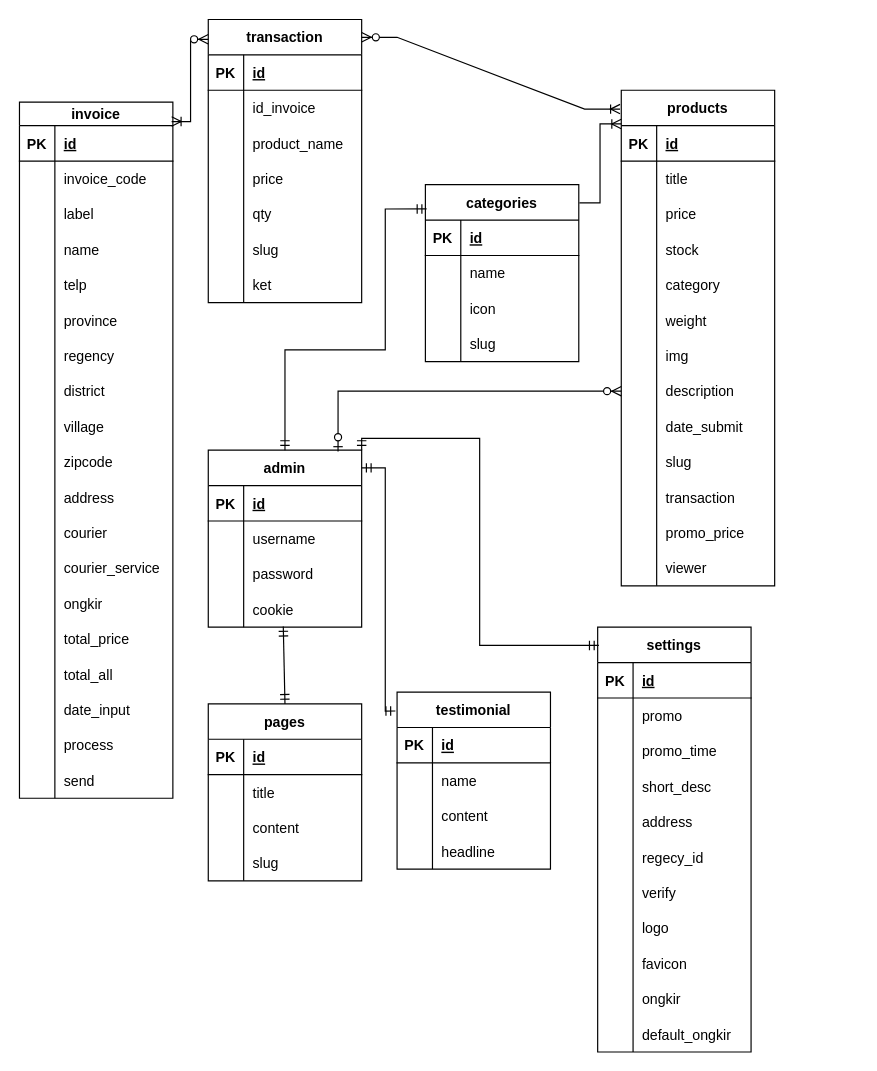
Earlier version of the draw.io diagram draw.io/ERD.drawio (didikurniawann/skripsi). Source tidied: cells renumbered, new cells numbered last; positions are measured from the earlier drawing's top-left corner, leaving out a move shared by most shapes. Both pictures are drawn from the tidied source at 118%, with x=0, y=0 at pixel (19, 19).
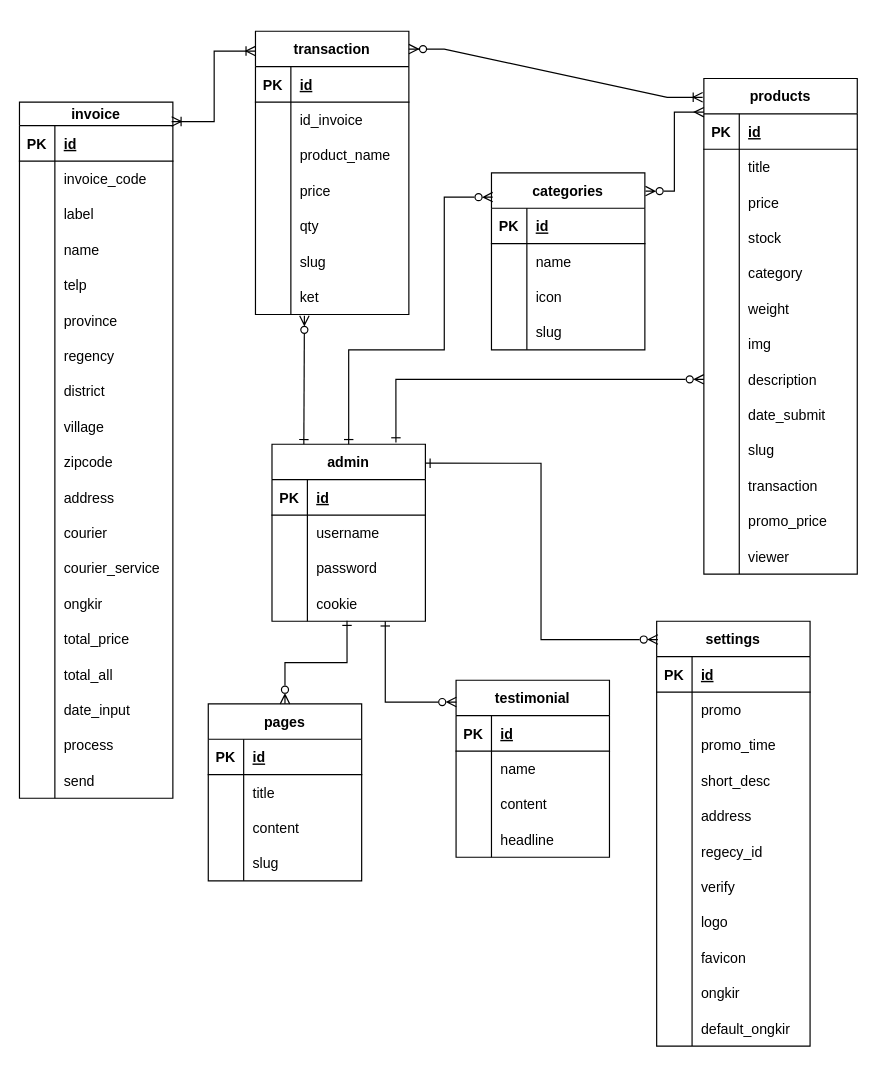
Above is the later version.

Unchanged cells that the change refers to:
```xml
<mxCell id="21" style="shape=tableRow;horizontal=0;startSize=0;swimlaneHead=0;swimlaneBody=0;fillColor=none;points=[[0,0.5],[1,0.5]];portConstraint=eastwest;top=0;left=0;right=0;bottom=0;" parent="2" vertex="1">
  <mxGeometry y="210" width="130" height="30" as="geometry" />
</mxCell>
<mxCell id="25" style="shape=tableRow;horizontal=0;startSize=0;swimlaneHead=0;swimlaneBody=0;fillColor=none;points=[[0,0.5],[1,0.5]];portConstraint=eastwest;top=0;left=0;right=0;bottom=1;" parent="24" vertex="1">
  <mxGeometry y="30" width="130" height="30" as="geometry" />
</mxCell>
<mxCell id="46" style="shape=tableRow;horizontal=0;startSize=0;swimlaneHead=0;swimlaneBody=0;fillColor=none;points=[[0,0.5],[1,0.5]];portConstraint=eastwest;top=0;left=0;right=0;bottom=0;" parent="24" vertex="1">
  <mxGeometry y="240" width="130" height="30" as="geometry" />
</mxCell>
<mxCell id="64" value="invoice" style="shape=table;startSize=20;childLayout=tableLayout;rowLines=0;fontStyle=1;align=center;" parent="1" vertex="1">
  <mxGeometry y="70" width="130" height="590" as="geometry" />
</mxCell>
<mxCell id="132" style="shape=tableRow;horizontal=0;startSize=0;swimlaneHead=0;swimlaneBody=0;fillColor=none;points=[[0,0.5],[1,0.5]];portConstraint=eastwest;top=0;left=0;right=0;bottom=0;" parent="122" vertex="1">
  <mxGeometry y="120" width="130" height="30" as="geometry" />
</mxCell>
<mxCell id="148" value="pages" style="shape=table;startSize=30;childLayout=tableLayout;rowLines=0;fontStyle=1;align=center;" parent="1" vertex="1">
  <mxGeometry x="160" y="580" width="130" height="150" as="geometry" />
</mxCell>
```

The edit, as a diff of the source:
```diff
@@
     <mxCell id="2" value="transaction" style="shape=table;startSize=30;childLayout=tableLayout;rowLines=0;fontStyle=1;align=center;" parent="1" vertex="1">
-      <mxGeometry x="160" width="130" height="240" as="geometry" />
+      <mxGeometry x="200" y="10" width="130" height="240" as="geometry" />
     </mxCell>
@@
     <mxCell id="24" value="products" style="shape=table;startSize=30;childLayout=tableLayout;rowLines=0;fontStyle=1;align=center;" parent="1" vertex="1">
-      <mxGeometry x="510" y="60" width="130" height="420" as="geometry" />
+      <mxGeometry x="580" y="50" width="130" height="420" as="geometry" />
     </mxCell>
@@
     <mxCell id="122" value="admin" style="shape=table;startSize=30;childLayout=tableLayout;rowLines=0;fontStyle=1;align=center;" parent="1" vertex="1">
-      <mxGeometry x="160" y="365" width="130" height="150" as="geometry" />
+      <mxGeometry x="214" y="360" width="130" height="150" as="geometry" />
     </mxCell>
@@
     <mxCell id="135" value="categories" style="shape=table;startSize=30;childLayout=tableLayout;rowLines=0;fontStyle=1;align=center;" parent="1" vertex="1">
-      <mxGeometry x="344" y="140" width="130" height="150" as="geometry" />
+      <mxGeometry x="400" y="130" width="130" height="150" as="geometry" />
     </mxCell>
@@
     <mxCell id="161" value="testimonial" style="shape=table;startSize=30;childLayout=tableLayout;rowLines=0;fontStyle=1;align=center;" parent="1" vertex="1">
-      <mxGeometry x="320" y="570" width="130" height="150" as="geometry" />
+      <mxGeometry x="370" y="560" width="130" height="150" as="geometry" />
     </mxCell>
@@
     <mxCell id="174" value="settings" style="shape=table;startSize=30;childLayout=tableLayout;rowLines=0;fontStyle=1;align=center;" parent="1" vertex="1">
-      <mxGeometry x="490" y="515" width="130" height="360" as="geometry" />
+      <mxGeometry x="540" y="510" width="130" height="360" as="geometry" />
     </mxCell>
@@
-    <mxCell id="209" style="edgeStyle=orthogonalEdgeStyle;fontSize=12;html=1;endArrow=ERoneToMany;startArrow=ERzeroToMany;rounded=0;exitX=0;exitY=0.07;exitDx=0;exitDy=0;entryX=0.992;entryY=0.028;entryDx=0;entryDy=0;entryPerimeter=0;exitPerimeter=0;" parent="1" edge="1" source="2" target="64">
+    <mxCell id="209" style="edgeStyle=orthogonalEdgeStyle;fontSize=12;html=1;endArrow=ERoneToMany;startArrow=ERoneToMany;rounded=0;exitX=0;exitY=0.07;exitDx=0;exitDy=0;entryX=0.992;entryY=0.028;entryDx=0;entryDy=0;entryPerimeter=0;exitPerimeter=0;startFill=0;" parent="1" edge="1" source="2" target="64">
       <mxGeometry relative="1" as="geometry" />
     </mxCell>
-    <mxCell id="210" style="edgeStyle=orthogonalEdgeStyle;fontSize=12;html=1;endArrow=ERmandOne;startArrow=ERmandOne;rounded=0;entryX=0.008;entryY=0.043;entryDx=0;entryDy=0;entryPerimeter=0;exitX=1;exitY=0;exitDx=0;exitDy=0;" parent="1" edge="1" source="122" target="174">
+    <mxCell id="210" style="fontSize=12;html=1;endArrow=ERzeroToMany;startArrow=ERone;rounded=0;entryX=0.008;entryY=0.043;entryDx=0;entryDy=0;entryPerimeter=0;exitX=1;exitY=0.107;exitDx=0;exitDy=0;exitPerimeter=0;edgeStyle=orthogonalEdgeStyle;startFill=0;endFill=0;" parent="1" edge="1" source="122" target="174">
       <mxGeometry relative="1" as="geometry" />
     </mxCell>
-    <mxCell id="211" style="fontSize=12;html=1;endArrow=ERmandOne;startArrow=ERmandOne;rounded=0;exitX=0.5;exitY=0;exitDx=0;exitDy=0;entryX=0.489;entryY=0.984;entryDx=0;entryDy=0;entryPerimeter=0;" parent="1" edge="1" source="148" target="132">
+    <mxCell id="211" style="fontSize=12;html=1;endArrow=ERone;startArrow=ERzeroToMany;rounded=0;exitX=0.5;exitY=0;exitDx=0;exitDy=0;entryX=0.489;entryY=0.984;entryDx=0;entryDy=0;entryPerimeter=0;edgeStyle=orthogonalEdgeStyle;startFill=0;endFill=0;" parent="1" edge="1" source="148" target="132">
       <mxGeometry relative="1" as="geometry" />
     </mxCell>
-    <mxCell id="212" style="fontSize=12;html=1;endArrow=ERmandOne;startArrow=ERmandOne;rounded=0;entryX=-0.011;entryY=0.107;entryDx=0;entryDy=0;entryPerimeter=0;edgeStyle=orthogonalEdgeStyle;" parent="1" edge="1" target="161">
+    <mxCell id="212" style="fontSize=12;html=1;endArrow=ERzeroToMany;startArrow=ERone;rounded=0;entryX=0.002;entryY=0.123;entryDx=0;entryDy=0;entryPerimeter=0;edgeStyle=orthogonalEdgeStyle;startFill=0;endFill=0;" parent="1" edge="1" source="132" target="161">
       <mxGeometry relative="1" as="geometry">
-        <mxPoint x="290" y="380" as="sourcePoint" />
         <Array as="points">
-          <mxPoint x="310" y="380" />
-          <mxPoint x="310" y="586" />
+          <mxPoint x="310" y="579" />
         </Array>
       </mxGeometry>
     </mxCell>
-    <mxCell id="213" style="edgeStyle=orthogonalEdgeStyle;fontSize=12;html=1;endArrow=ERoneToMany;rounded=0;exitX=1.004;exitY=0.103;exitDx=0;exitDy=0;exitPerimeter=0;entryX=0;entryY=-0.049;entryDx=0;entryDy=0;entryPerimeter=0;" parent="1" edge="1" source="135" target="25">
+    <mxCell id="213" style="edgeStyle=orthogonalEdgeStyle;fontSize=12;html=1;endArrow=ERmany;rounded=0;exitX=1.004;exitY=0.103;exitDx=0;exitDy=0;exitPerimeter=0;entryX=0;entryY=-0.049;entryDx=0;entryDy=0;entryPerimeter=0;startArrow=ERzeroToMany;startFill=0;endFill=0;" parent="1" edge="1" source="135" target="25">
       <mxGeometry relative="1" as="geometry" />
     </mxCell>
-    <mxCell id="214" style="edgeStyle=orthogonalEdgeStyle;fontSize=12;html=1;endArrow=ERzeroToMany;startArrow=ERzeroToOne;rounded=0;entryX=0;entryY=0.5;entryDx=0;entryDy=0;exitX=0.846;exitY=0.007;exitDx=0;exitDy=0;exitPerimeter=0;" parent="1" edge="1" source="122" target="46">
+    <mxCell id="214" style="edgeStyle=orthogonalEdgeStyle;fontSize=12;html=1;endArrow=ERzeroToMany;startArrow=ERone;rounded=0;entryX=0;entryY=0.5;entryDx=0;entryDy=0;startFill=0;endFill=0;exitX=0.808;exitY=-0.01;exitDx=0;exitDy=0;exitPerimeter=0;" parent="1" edge="1" source="122" target="46">
       <mxGeometry relative="1" as="geometry" />
     </mxCell>
-    <mxCell id="215" style="edgeStyle=orthogonalEdgeStyle;fontSize=12;html=1;endArrow=ERmandOne;startArrow=ERmandOne;rounded=0;exitX=0.5;exitY=0;exitDx=0;exitDy=0;entryX=0.008;entryY=0.137;entryDx=0;entryDy=0;entryPerimeter=0;" parent="1" edge="1" source="122" target="135">
+    <mxCell id="215" style="fontSize=12;html=1;endArrow=ERzeroToMany;startArrow=ERone;rounded=0;exitX=0.5;exitY=0;exitDx=0;exitDy=0;entryX=0.008;entryY=0.137;entryDx=0;entryDy=0;entryPerimeter=0;edgeStyle=orthogonalEdgeStyle;startFill=0;endFill=0;" parent="1" edge="1" source="122" target="135">
       <mxGeometry relative="1" as="geometry">
         <Array as="points">
-          <mxPoint x="225" y="280" />
-          <mxPoint x="310" y="280" />
-          <mxPoint x="310" y="161" />
+          <mxPoint x="279" y="280" />
+          <mxPoint x="360" y="280" />
+          <mxPoint x="360" y="151" />
         </Array>
       </mxGeometry>
     </mxCell>
+    <mxCell id="216" style="fontSize=12;html=1;endArrow=ERzeroToMany;startArrow=ERone;rounded=0;entryX=0.319;entryY=1.034;entryDx=0;entryDy=0;entryPerimeter=0;startFill=0;endFill=0;" parent="1" edge="1" target="21">
+      <mxGeometry relative="1" as="geometry">
+        <mxPoint x="241" y="360" as="sourcePoint" />
+      </mxGeometry>
+    </mxCell>
```
